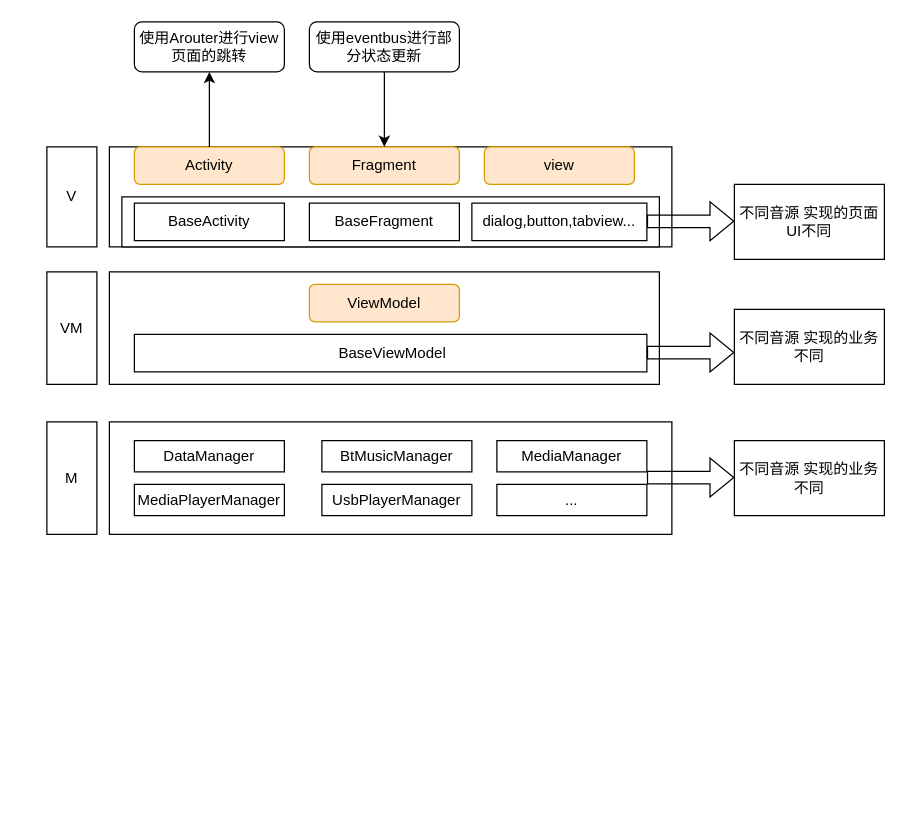
The draw.io diagram page "第 1 页" (1 of 2) of 未命名绘图.drawio in NewPlayerAndroid/Latest-Interview, before the edit. Source tidied: cells renumbered, new cells numbered last; positions are measured from the earlier drawing's top-left corner, leaving out a move shared by most shapes. Both pictures are drawn from the tidied source at 125%, with x=0, y=0 at pixel (21, 21).
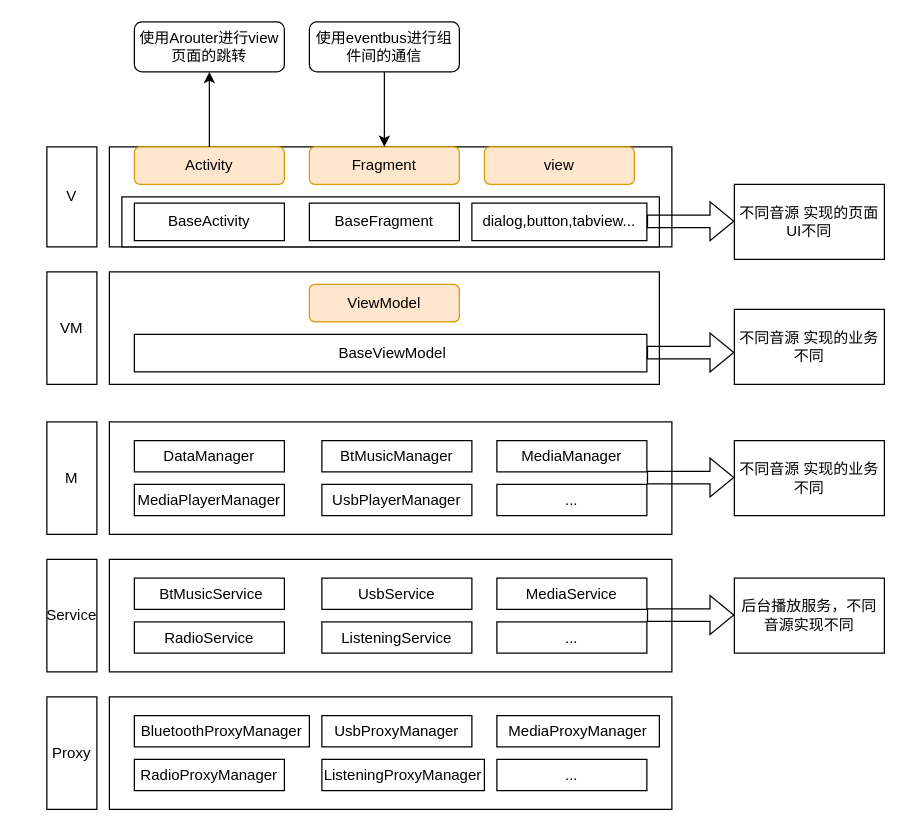
After the change.

Commit message:
更新未命名绘图.drawio

The edit, as a diff of the source:
```diff
@@
-    <mxCell id="34" value="使用eventbus进行部分状态更新" style="rounded=1;whiteSpace=wrap;html=1;" parent="1" vertex="1">
+    <mxCell id="34" value="使用eventbus进行组件间的通信" style="rounded=1;whiteSpace=wrap;html=1;" parent="1" vertex="1">
       <mxGeometry x="230" width="120" height="40" as="geometry" />
     </mxCell>
+    <mxCell id="35" value="Service" style="rounded=0;whiteSpace=wrap;html=1;" parent="1" vertex="1">
+      <mxGeometry x="20" y="430" width="40" height="90" as="geometry" />
+    </mxCell>
+    <mxCell id="36" value="Proxy" style="rounded=0;whiteSpace=wrap;html=1;" parent="1" vertex="1">
+      <mxGeometry x="20" y="540" width="40" height="90" as="geometry" />
+    </mxCell>
+    <mxCell id="37" style="rounded=0;whiteSpace=wrap;html=1;" parent="1" vertex="1">
+      <mxGeometry x="70" y="430" width="450" height="90" as="geometry" />
+    </mxCell>
+    <mxCell id="38" value="&amp;nbsp;BtMusicService" style="rounded=0;whiteSpace=wrap;html=1;" parent="1" vertex="1">
+      <mxGeometry x="90" y="445" width="120" height="25" as="geometry" />
+    </mxCell>
+    <mxCell id="39" value="UsbService" style="rounded=0;whiteSpace=wrap;html=1;" parent="1" vertex="1">
+      <mxGeometry x="240" y="445" width="120" height="25" as="geometry" />
+    </mxCell>
+    <mxCell id="40" value="MediaService" style="rounded=0;whiteSpace=wrap;html=1;" parent="1" vertex="1">
+      <mxGeometry x="380" y="445" width="120" height="25" as="geometry" />
+    </mxCell>
+    <mxCell id="41" value="RadioService" style="rounded=0;whiteSpace=wrap;html=1;" parent="1" vertex="1">
+      <mxGeometry x="90" y="480" width="120" height="25" as="geometry" />
+    </mxCell>
+    <mxCell id="42" value="ListeningService" style="rounded=0;whiteSpace=wrap;html=1;" parent="1" vertex="1">
+      <mxGeometry x="240" y="480" width="120" height="25" as="geometry" />
+    </mxCell>
+    <mxCell id="43" value="..." style="rounded=0;whiteSpace=wrap;html=1;" parent="1" vertex="1">
+      <mxGeometry x="380" y="480" width="120" height="25" as="geometry" />
+    </mxCell>
+    <mxCell id="44" style="rounded=0;whiteSpace=wrap;html=1;" parent="1" vertex="1">
+      <mxGeometry x="70" y="540" width="450" height="90" as="geometry" />
+    </mxCell>
+    <mxCell id="45" value="BluetoothProxyManager" style="rounded=0;whiteSpace=wrap;html=1;" parent="1" vertex="1">
+      <mxGeometry x="90" y="555" width="140" height="25" as="geometry" />
+    </mxCell>
+    <mxCell id="46" value="UsbProxyManager" style="rounded=0;whiteSpace=wrap;html=1;" parent="1" vertex="1">
+      <mxGeometry x="240" y="555" width="120" height="25" as="geometry" />
+    </mxCell>
+    <mxCell id="47" value="MediaProxyManager" style="rounded=0;whiteSpace=wrap;html=1;" parent="1" vertex="1">
+      <mxGeometry x="380" y="555" width="130" height="25" as="geometry" />
+    </mxCell>
+    <mxCell id="48" value="RadioProxyManager" style="rounded=0;whiteSpace=wrap;html=1;" parent="1" vertex="1">
+      <mxGeometry x="90" y="590" width="120" height="25" as="geometry" />
+    </mxCell>
+    <mxCell id="49" value="ListeningProxyManager" style="rounded=0;whiteSpace=wrap;html=1;" parent="1" vertex="1">
+      <mxGeometry x="240" y="590" width="130" height="25" as="geometry" />
+    </mxCell>
+    <mxCell id="50" value="..." style="rounded=0;whiteSpace=wrap;html=1;" parent="1" vertex="1">
+      <mxGeometry x="380" y="590" width="120" height="25" as="geometry" />
+    </mxCell>
+    <mxCell id="51" style="shape=flexArrow;endArrow=classic;html=1;rounded=0;" parent="1" edge="1">
+      <mxGeometry relative="1" as="geometry">
+        <mxPoint x="500" y="474.5" as="sourcePoint" />
+        <mxPoint x="570" y="474.5" as="targetPoint" />
+      </mxGeometry>
+    </mxCell>
+    <mxCell id="52" value="后台播放服务，不同音源实现不同" style="rounded=0;whiteSpace=wrap;html=1;" parent="1" vertex="1">
+      <mxGeometry x="570" y="445" width="120" height="60" as="geometry" />
+    </mxCell>
```
